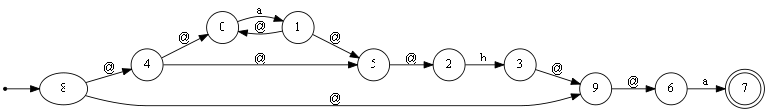
Before: View/fsm.gv.png, a diagram exported from Graphviz (FabianPalacios/Automatas). Its source is kept beside it as View/fsm.gv.
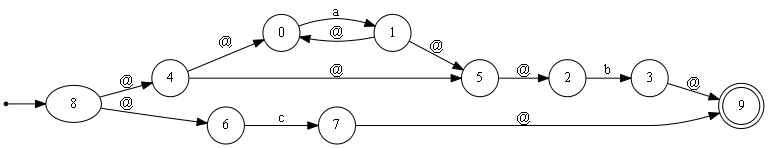
The same file after the commit.

Change to the diagram source:
```diff
@@ -3,7 +3,7 @@
 	ini [shape=point]
 	ini -> 8
 	node [shape=doublecircle]
-	7
+	9
 	node [shape=circle]
 	0 -> 1 [label=a]
 	2 -> 3 [label=b]
@@ -12,9 +12,9 @@
 	1 -> 0 [label="@"]
 	1 -> 5 [label="@"]
 	5 -> 2 [label="@"]
-	6 -> 7 [label=a]
-	8 -> 9 [label="@"]
+	6 -> 7 [label=c]
+	8 -> 6 [label="@"]
 	8 -> 4 [label="@"]
+	7 -> 9 [label="@"]
 	3 -> 9 [label="@"]
-	9 -> 6 [label="@"]
 }
```
